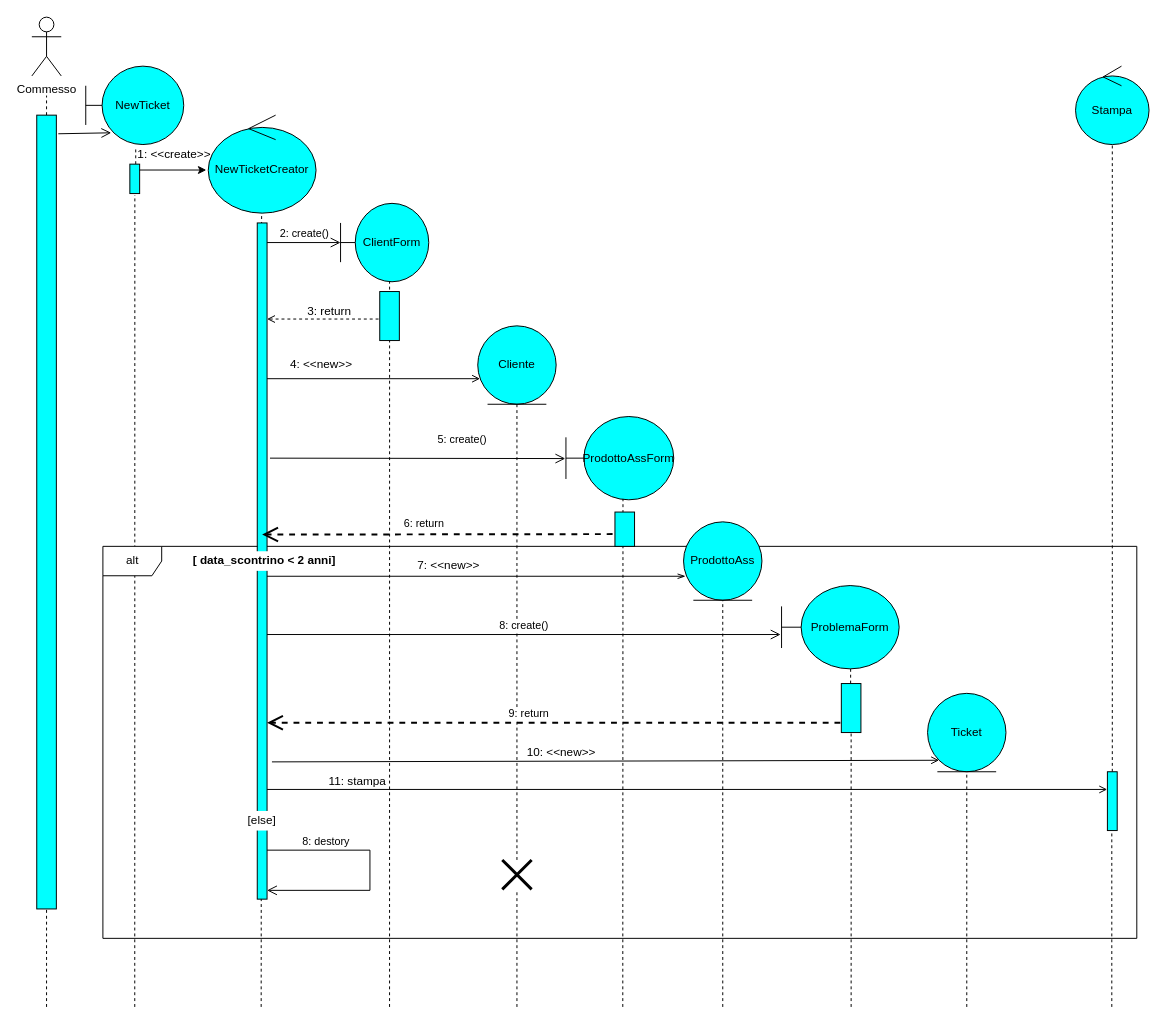
Above: documentazioneRAD/Object&SequenceDiagram/SD_3.drawio in Ciro-Fusco/NewDM (draw.io), before the change. Source tidied: cells renumbered, new cells numbered last; positions are measured from the earlier drawing's top-left corner, leaving out a move shared by most shapes. Both pictures are drawn from the tidied source at 98%, with x=0, y=0 at pixel (31, 17).
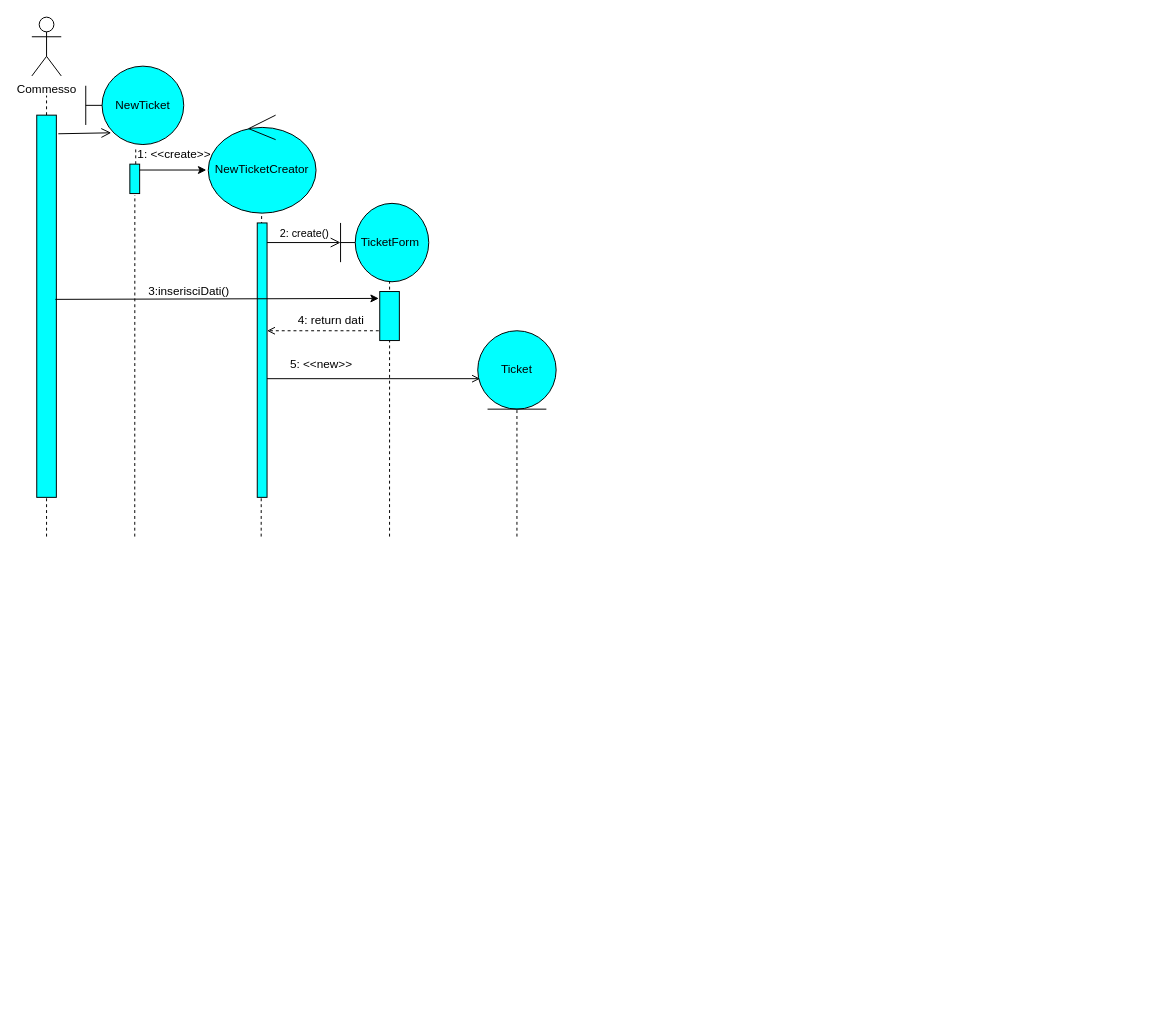
Above is the later version.

Unchanged cells that the change refers to:
```xml
<mxCell id="28" value="NewTicketCreator" style="ellipse;shape=umlControl;whiteSpace=wrap;html=1;fillColor=#00FFFF;" parent="1" vertex="1">
  <mxGeometry x="180" y="100" width="110" height="100" as="geometry" />
</mxCell>
<mxCell id="46" style="html=1;points=[];perimeter=orthogonalPerimeter;fillColor=#00FFFF;" parent="1" vertex="1">
  <mxGeometry x="355" y="280" width="20" height="50" as="geometry" />
</mxCell>
<mxCell id="49" style="html=1;points=[];perimeter=orthogonalPerimeter;fillColor=#00FFFF;" parent="1" vertex="1">
  <mxGeometry x="100" y="150" width="10" height="30" as="geometry" />
</mxCell>
```

Diff of the diagram source:
```diff
@@
     <mxCell id="2" style="endArrow=none;dashed=1;html=1;entryX=0.51;entryY=1.05;entryDx=0;entryDy=0;entryPerimeter=0;strokeWidth=1;fillColor=#00FFFF;" parent="1" edge="1" target="49">
       <mxGeometry relative="1" as="geometry">
-        <mxPoint x="105" y="1010" as="sourcePoint" />
+        <mxPoint x="105" y="530" as="sourcePoint" />
       </mxGeometry>
     </mxCell>
-    <mxCell id="3" value="alt" style="shape=umlFrame;whiteSpace=wrap;html=1;sketch=0;direction=east;fillColor=#FFFFFF;" parent="1" vertex="1">
-      <mxGeometry x="72.5" y="540" width="1055" height="400" as="geometry" />
-    </mxCell>
-    <mxCell id="4" style="endArrow=none;dashed=1;html=1;strokeWidth=1;fillColor=#00FFFF;" parent="1" edge="1" source="37" target="31">
-      <mxGeometry relative="1" as="geometry" />
-    </mxCell>
     <mxCell id="5" style="endArrow=none;dashed=1;html=1;strokeWidth=1;entryX=0.5;entryY=1;entryDx=0;entryDy=0;fillColor=#00FFFF;" parent="1" edge="1" target="27">
       <mxGeometry relative="1" as="geometry">
-        <mxPoint x="954" y="1010" as="sourcePoint" />
+        <mxPoint x="495" y="530" as="sourcePoint" />
       </mxGeometry>
     </mxCell>
-    <mxCell id="6" style="endArrow=none;dashed=1;html=1;strokeWidth=1;fillColor=#00FFFF;" parent="1" edge="1" source="39">
-      <mxGeometry relative="1" as="geometry">
-        <mxPoint x="835.5" y="640" as="targetPoint" />
-      </mxGeometry>
-    </mxCell>
-    <mxCell id="7" style="endArrow=none;dashed=1;html=1;strokeWidth=1;entryX=0.5;entryY=1;entryDx=0;entryDy=0;fillColor=#00FFFF;" parent="1" edge="1" target="20">
-      <mxGeometry relative="1" as="geometry">
-        <mxPoint x="705" y="1010" as="sourcePoint" />
-      </mxGeometry>
-    </mxCell>
-    <mxCell id="8" style="endArrow=none;dashed=1;html=1;strokeWidth=1;fillColor=#00FFFF;entryX=0.5;entryY=1;entryDx=0;entryDy=0;" parent="1" edge="1" source="56" target="45">
-      <mxGeometry relative="1" as="geometry" />
-    </mxCell>
@@
     <mxCell id="10" style="endArrow=none;dashed=1;html=1;entryX=0.495;entryY=1;entryDx=0;entryDy=0;entryPerimeter=0;strokeWidth=1;fillColor=#00FFFF;" parent="1" edge="1" target="28">
       <mxGeometry relative="1" as="geometry">
-        <mxPoint x="234" y="1010" as="sourcePoint" />
+        <mxPoint x="234" y="530" as="sourcePoint" />
       </mxGeometry>
     </mxCell>
@@
     <mxCell id="16" style="html=1;points=[];perimeter=orthogonalPerimeter;fillColor=#00FFFF;" parent="1" vertex="1">
-      <mxGeometry x="230" y="210" width="10" height="690" as="geometry" />
+      <mxGeometry x="230" y="210" width="10" height="280" as="geometry" />
     </mxCell>
@@
-    <mxCell id="18" value="4: &amp;lt;&amp;lt;new&amp;gt;&amp;gt;" style="text;html=1;align=center;verticalAlign=middle;" parent="1" vertex="1">
+    <mxCell id="18" value="5: &amp;lt;&amp;lt;new&amp;gt;&amp;gt;" style="text;html=1;align=center;verticalAlign=middle;" parent="1" vertex="1">
       <mxGeometry x="255" y="345" width="80" height="20" as="geometry" />
     </mxCell>
-    <mxCell id="19" value="5: create()" style="html=1;verticalAlign=bottom;startArrow=none;startFill=0;endArrow=open;startSize=6;endSize=8;fillColor=#00FFFF;entryX=-0.006;entryY=0.505;entryDx=0;entryDy=0;entryPerimeter=0;" parent="1" edge="1" target="42">
-      <mxGeometry x="0.3" y="10" relative="1" as="geometry">
-        <mxPoint x="243" y="450" as="sourcePoint" />
-      </mxGeometry>
-    </mxCell>
-    <mxCell id="20" value="ProdottoAss" style="ellipse;shape=umlEntity;whiteSpace=wrap;html=1;fillColor=#00FFFF;" parent="1" vertex="1">
-      <mxGeometry x="665" y="515" width="80" height="80" as="geometry" />
-    </mxCell>
-    <mxCell id="21" value="7: &amp;lt;&amp;lt;new&amp;gt;&amp;gt;" style="text;html=1;align=center;verticalAlign=middle;" parent="1" vertex="1">
-      <mxGeometry x="385" y="550" width="80" height="20" as="geometry" />
-    </mxCell>
-    <mxCell id="22" value="ProblemaForm" style="shape=umlBoundary;whiteSpace=wrap;html=1;fillColor=#00FFFF;" parent="1" vertex="1">
-      <mxGeometry x="765" y="580" width="120" height="85" as="geometry" />
-    </mxCell>
-    <mxCell id="23" value="8: create()" style="html=1;verticalAlign=bottom;startArrow=none;startFill=0;endArrow=open;startSize=6;endSize=8;fillColor=#00FFFF;entryX=-0.008;entryY=0.588;entryDx=0;entryDy=0;entryPerimeter=0;" parent="1" edge="1" source="16" target="22">
-      <mxGeometry relative="1" as="geometry" />
-    </mxCell>
-    <mxCell id="24" value="9: return&amp;nbsp;" style="endArrow=open;endSize=12;dashed=1;html=1;labelPosition=left;verticalLabelPosition=top;align=right;verticalAlign=bottom;strokeWidth=2;fillColor=#00FFFF;" parent="1" edge="1" target="16">
-      <mxGeometry relative="1" as="geometry">
-        <mxPoint x="825" y="720" as="sourcePoint" />
-      </mxGeometry>
-    </mxCell>
-    <mxCell id="25" value="6: return&amp;nbsp;" style="endArrow=open;endSize=12;dashed=1;html=1;labelPosition=left;verticalLabelPosition=top;align=right;verticalAlign=bottom;strokeWidth=2;fillColor=#00FFFF;exitX=-0.121;exitY=0.643;exitDx=0;exitDy=0;exitPerimeter=0;" parent="1" edge="1" source="54">
-      <mxGeometry x="-0.06" y="-2" relative="1" as="geometry">
-        <mxPoint x="235" y="528" as="targetPoint" />
-      </mxGeometry>
-    </mxCell>
-    <mxCell id="26" value="10: &amp;lt;&amp;lt;new&amp;gt;&amp;gt;" style="text;html=1;align=center;verticalAlign=middle;" parent="1" vertex="1">
-      <mxGeometry x="495" y="740" width="90" height="20" as="geometry" />
-    </mxCell>
     <mxCell id="27" value="Ticket" style="ellipse;shape=umlEntity;whiteSpace=wrap;html=1;fillColor=#00FFFF;" parent="1" vertex="1">
-      <mxGeometry x="914" y="690" width="80" height="80" as="geometry" />
+      <mxGeometry x="455" y="320" width="80" height="80" as="geometry" />
     </mxCell>
@@
-    <mxCell id="29" value="&lt;b&gt;[ data_scontrino &amp;lt; 2 anni]&lt;/b&gt;" style="text;html=1;align=center;verticalAlign=middle;whiteSpace=wrap;rounded=0;sketch=0;fillColor=#ffffff;" parent="1" vertex="1">
-      <mxGeometry x="155" y="545" width="165" height="20" as="geometry" />
-    </mxCell>
-    <mxCell id="30" value="[else]" style="text;html=1;align=center;verticalAlign=middle;whiteSpace=wrap;rounded=0;sketch=0;fillColor=#ffffff;" parent="1" vertex="1">
-      <mxGeometry x="215" y="810" width="40" height="20" as="geometry" />
-    </mxCell>
-    <mxCell id="31" value="Stampa" style="ellipse;shape=umlControl;whiteSpace=wrap;html=1;fillColor=#00FFFF;" parent="1" vertex="1">
-      <mxGeometry x="1065" y="50" width="75" height="80" as="geometry" />
-    </mxCell>
-    <mxCell id="32" value="8: destory" style="html=1;verticalAlign=bottom;startArrow=none;startFill=0;endArrow=open;startSize=6;endSize=8;entryX=1;entryY=0.987;entryDx=0;entryDy=0;entryPerimeter=0;rounded=0;fillColor=#00FFFF;" parent="1" edge="1" target="16">
-      <mxGeometry x="-0.52" relative="1" as="geometry">
-        <mxPoint x="240" y="850" as="sourcePoint" />
-        <Array as="points">
-          <mxPoint x="345" y="850" />
-          <mxPoint x="345" y="891" />
-        </Array>
-      </mxGeometry>
-    </mxCell>
@@
-    <mxCell id="35" style="endArrow=open;html=1;strokeWidth=1;entryX=-0.021;entryY=0.301;entryDx=0;entryDy=0;entryPerimeter=0;fillColor=#00FFFF;endFill=0;" parent="1" edge="1" source="16" target="37">
-      <mxGeometry relative="1" as="geometry" />
-    </mxCell>
-    <mxCell id="36" value="11: stampa" style="text;html=1;align=center;verticalAlign=middle;whiteSpace=wrap;rounded=0;" parent="1" vertex="1">
-      <mxGeometry x="290" y="770" width="85" height="20" as="geometry" />
-    </mxCell>
-    <mxCell id="37" style="html=1;points=[];perimeter=orthogonalPerimeter;sketch=0;fillColor=#00FFFF;" parent="1" vertex="1">
-      <mxGeometry x="1097.5" y="770" width="10" height="60" as="geometry" />
-    </mxCell>
-    <mxCell id="38" style="endArrow=none;dashed=1;html=1;strokeWidth=1;fillColor=#00FFFF;" parent="1" edge="1" target="37">
-      <mxGeometry relative="1" as="geometry">
-        <mxPoint x="1102" y="1010" as="sourcePoint" />
-      </mxGeometry>
-    </mxCell>
-    <mxCell id="39" style="html=1;points=[];perimeter=orthogonalPerimeter;fillColor=#00FFFF;" parent="1" vertex="1">
-      <mxGeometry x="826" y="680" width="20" height="50" as="geometry" />
-    </mxCell>
-    <mxCell id="40" style="endArrow=none;dashed=1;html=1;strokeWidth=1;fillColor=#00FFFF;" parent="1" edge="1" target="39">
-      <mxGeometry relative="1" as="geometry">
-        <mxPoint x="836" y="1010" as="sourcePoint" />
-      </mxGeometry>
-    </mxCell>
-    <mxCell id="41" style="endArrow=openThin;html=1;entryX=0.025;entryY=0.694;entryDx=0;entryDy=0;entryPerimeter=0;endFill=0;" parent="1" edge="1" source="16" target="20">
-      <mxGeometry relative="1" as="geometry" />
-    </mxCell>
-    <mxCell id="42" value="ProdottoAssForm" style="shape=umlBoundary;whiteSpace=wrap;html=1;fillColor=#00FFFF;" parent="1" vertex="1">
-      <mxGeometry x="545" y="407.5" width="110" height="85" as="geometry" />
-    </mxCell>
     <mxCell id="43" style="endArrow=none;dashed=1;html=1;strokeWidth=1;fillColor=#00FFFF;entryX=0.556;entryY=0.988;entryDx=0;entryDy=0;entryPerimeter=0;" parent="1" edge="1" target="44">
       <mxGeometry relative="1" as="geometry">
-        <mxPoint x="365" y="1010" as="sourcePoint" />
+        <mxPoint x="365" y="530" as="sourcePoint" />
       </mxGeometry>
     </mxCell>
-    <mxCell id="44" value="ClientForm" style="shape=umlBoundary;whiteSpace=wrap;html=1;fillColor=#00FFFF;" parent="1" vertex="1">
+    <mxCell id="44" value="TicketForm&amp;nbsp;" style="shape=umlBoundary;whiteSpace=wrap;html=1;fillColor=#00FFFF;" parent="1" vertex="1">
       <mxGeometry x="315" y="190" width="90" height="80" as="geometry" />
     </mxCell>
-    <mxCell id="45" value="Cliente" style="ellipse;shape=umlEntity;whiteSpace=wrap;html=1;fillColor=#00FFFF;" parent="1" vertex="1">
-      <mxGeometry x="455" y="315" width="80" height="80" as="geometry" />
-    </mxCell>
@@
     <mxCell id="47" style="html=1;points=[];perimeter=orthogonalPerimeter;fillColor=#00FFFF;" parent="1" vertex="1">
-      <mxGeometry x="5" y="100" width="20" height="810" as="geometry" />
+      <mxGeometry x="5" y="100" width="20" height="390" as="geometry" />
     </mxCell>
     <mxCell id="48" style="endArrow=none;dashed=1;html=1;jumpSize=15;jumpStyle=none;strokeWidth=1;" parent="1" edge="1" target="47">
       <mxGeometry relative="1" as="geometry">
-        <mxPoint x="15" y="1010" as="sourcePoint" />
+        <mxPoint x="15" y="530" as="sourcePoint" />
       </mxGeometry>
     </mxCell>
@@
-    <mxCell id="50" style="endArrow=open;html=1;exitX=-0.062;exitY=0.561;exitDx=0;exitDy=0;exitPerimeter=0;jumpSize=6;dashed=1;endFill=0;" parent="1" edge="1" source="46" target="16">
-      <mxGeometry relative="1" as="geometry" />
+    <mxCell id="50" style="endArrow=open;html=1;jumpSize=6;dashed=1;endFill=0;" parent="1" edge="1" target="16">
+      <mxGeometry relative="1" as="geometry">
+        <mxPoint x="354" y="320" as="sourcePoint" />
+      </mxGeometry>
     </mxCell>
-    <mxCell id="51" value="3: return&amp;nbsp;" style="text;html=1;align=center;verticalAlign=middle;" parent="1" vertex="1">
-      <mxGeometry x="275" y="290" width="60" height="20" as="geometry" />
+    <mxCell id="51" value="4: return dati" style="text;html=1;align=center;verticalAlign=middle;" parent="1" vertex="1">
+      <mxGeometry x="265" y="300" width="80" height="20" as="geometry" />
     </mxCell>
-    <mxCell id="52" style="endArrow=open;html=1;entryX=0.029;entryY=0.674;entryDx=0;entryDy=0;entryPerimeter=0;endFill=0;" parent="1" edge="1" source="16" target="45">
-      <mxGeometry relative="1" as="geometry" />
+    <mxCell id="52" style="endArrow=open;html=1;entryX=0.029;entryY=0.674;entryDx=0;entryDy=0;entryPerimeter=0;endFill=0;" parent="1" edge="1" source="16">
+      <mxGeometry relative="1" as="geometry">
+        <mxPoint x="457.3" y="368.9" as="targetPoint" />
+      </mxGeometry>
     </mxCell>
-    <mxCell id="53" style="endArrow=none;dashed=1;html=1;strokeWidth=1;fillColor=#00FFFF;entryX=0.529;entryY=0.989;entryDx=0;entryDy=0;entryPerimeter=0;" parent="1" edge="1" target="42">
-      <mxGeometry relative="1" as="geometry">
-        <mxPoint x="603" y="1010" as="sourcePoint" />
-      </mxGeometry>
-    </mxCell>
-    <mxCell id="54" style="html=1;points=[];perimeter=orthogonalPerimeter;fillColor=#00FFFF;" parent="1" vertex="1">
-      <mxGeometry x="595" y="505" width="20" height="35" as="geometry" />
-    </mxCell>
-    <mxCell id="55" style="endArrow=open;html=1;exitX=1.5;exitY=0.797;exitDx=0;exitDy=0;exitPerimeter=0;entryX=0;entryY=1;entryDx=0;entryDy=0;endFill=0;" parent="1" edge="1" source="16" target="27">
-      <mxGeometry relative="1" as="geometry" />
-    </mxCell>
-    <mxCell id="56" style="shape=umlDestroy;whiteSpace=wrap;html=1;strokeWidth=3;" parent="1" vertex="1">
-      <mxGeometry x="480" y="860" width="30" height="30" as="geometry" />
-    </mxCell>
-    <mxCell id="57" style="endArrow=none;dashed=1;html=1;strokeWidth=1;fillColor=#00FFFF;entryX=0.5;entryY=1;entryDx=0;entryDy=0;" parent="1" edge="1" target="56">
-      <mxGeometry relative="1" as="geometry">
-        <mxPoint x="495" y="1010" as="sourcePoint" />
-      </mxGeometry>
-    </mxCell>
+    <mxCell id="58" style="endArrow=classic;html=1;exitX=0.95;exitY=0.482;exitDx=0;exitDy=0;exitPerimeter=0;entryX=-0.05;entryY=0.14;entryDx=0;entryDy=0;entryPerimeter=0;" parent="1" edge="1" source="47" target="46">
+      <mxGeometry relative="1" as="geometry" />
+    </mxCell>
+    <mxCell id="59" value="3:inserisciDati()" style="text;html=1;align=center;verticalAlign=middle;" parent="1" vertex="1">
+      <mxGeometry x="110" y="270" width="100" height="20" as="geometry" />
+    </mxCell>
```
